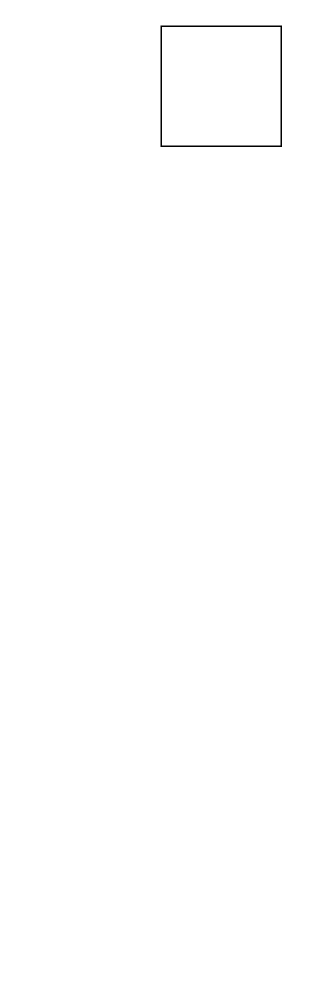
Above: backend.drawio in SAFAWI0/My-Center (draw.io), before the change. Source tidied: cells renumbered, new cells numbered last; positions are measured from the earlier drawing's top-left corner, leaving out a move shared by most shapes. Both pictures are drawn from the tidied source at 150%, with x=0, y=0 at pixel (160, 26).
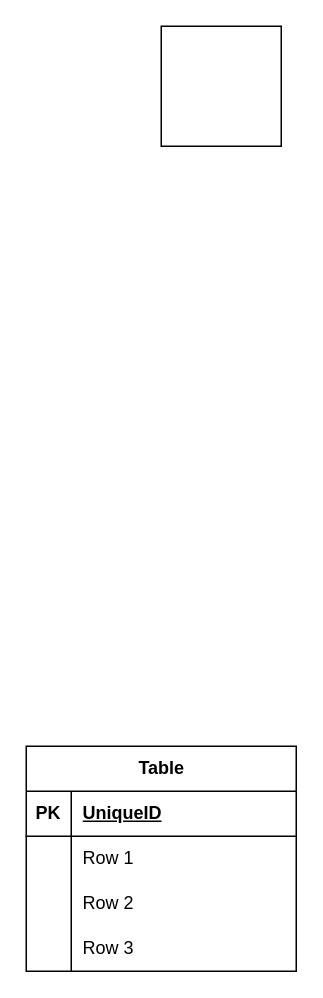
After the change.

What changed in the source:
```diff
@@
 <mxGraphModel>
   <root>
     <mxCell id="0" />
     <mxCell id="1" parent="0" />
+    <mxCell id="3" value="Table" style="shape=table;startSize=30;childLayout=tableLayout;rowLines=0;fontStyle=1;align=center;html=1;" parent="1" vertex="1">
+      <mxGeometry x="-90" y="480" width="180" height="150" as="geometry" />
+    </mxCell>
+    <mxCell id="4" style="shape=tableRow;horizontal=0;startSize=0;swimlaneHead=0;swimlaneBody=0;fillColor=none;top=0;left=0;right=0;bottom=1;" parent="3" vertex="1">
+      <mxGeometry y="30" width="180" height="30" as="geometry" />
+    </mxCell>
+    <mxCell id="5" value="PK" style="shape=partialRectangle;fillColor=none;top=0;left=0;bottom=0;right=0;fontStyle=1;overflow=hidden;whiteSpace=wrap;html=1;" parent="4" vertex="1">
+      <mxGeometry width="30" height="30" as="geometry" />
+    </mxCell>
+    <mxCell id="6" value="UniqueID" style="shape=partialRectangle;fillColor=none;top=0;left=0;bottom=0;right=0;align=left;spacingLeft=6;fontStyle=5;overflow=hidden;whiteSpace=wrap;html=1;" parent="4" vertex="1">
+      <mxGeometry x="30" width="150" height="30" as="geometry" />
+    </mxCell>
+    <mxCell id="7" style="shape=tableRow;horizontal=0;startSize=0;swimlaneHead=0;swimlaneBody=0;fillColor=none;top=0;left=0;right=0;bottom=0;" parent="3" vertex="1">
+      <mxGeometry y="60" width="180" height="30" as="geometry" />
+    </mxCell>
+    <mxCell id="8" style="shape=partialRectangle;fillColor=none;top=0;left=0;bottom=0;right=0;overflow=hidden;whiteSpace=wrap;html=1;" parent="7" vertex="1">
+      <mxGeometry width="30" height="30" as="geometry" />
+    </mxCell>
+    <mxCell id="9" value="Row 1" style="shape=partialRectangle;fillColor=none;top=0;left=0;bottom=0;right=0;align=left;spacingLeft=6;overflow=hidden;whiteSpace=wrap;html=1;" parent="7" vertex="1">
+      <mxGeometry x="30" width="150" height="30" as="geometry" />
+    </mxCell>
+    <mxCell id="10" style="shape=tableRow;horizontal=0;startSize=0;swimlaneHead=0;swimlaneBody=0;fillColor=none;top=0;left=0;right=0;bottom=0;" parent="3" vertex="1">
+      <mxGeometry y="90" width="180" height="30" as="geometry" />
+    </mxCell>
+    <mxCell id="11" style="shape=partialRectangle;fillColor=none;top=0;left=0;bottom=0;right=0;overflow=hidden;whiteSpace=wrap;html=1;" parent="10" vertex="1">
+      <mxGeometry width="30" height="30" as="geometry" />
+    </mxCell>
+    <mxCell id="12" value="Row 2" style="shape=partialRectangle;fillColor=none;top=0;left=0;bottom=0;right=0;align=left;spacingLeft=6;overflow=hidden;whiteSpace=wrap;html=1;" parent="10" vertex="1">
+      <mxGeometry x="30" width="150" height="30" as="geometry" />
+    </mxCell>
+    <mxCell id="13" style="shape=tableRow;horizontal=0;startSize=0;swimlaneHead=0;swimlaneBody=0;fillColor=none;top=0;left=0;right=0;bottom=0;" parent="3" vertex="1">
+      <mxGeometry y="120" width="180" height="30" as="geometry" />
+    </mxCell>
+    <mxCell id="14" style="shape=partialRectangle;fillColor=none;top=0;left=0;bottom=0;right=0;overflow=hidden;whiteSpace=wrap;html=1;" parent="13" vertex="1">
+      <mxGeometry width="30" height="30" as="geometry" />
+    </mxCell>
+    <mxCell id="15" value="Row 3" style="shape=partialRectangle;fillColor=none;top=0;left=0;bottom=0;right=0;align=left;spacingLeft=6;overflow=hidden;whiteSpace=wrap;html=1;" parent="13" vertex="1">
+      <mxGeometry x="30" width="150" height="30" as="geometry" />
+    </mxCell>
     <mxCell id="2" style="whiteSpace=wrap;html=1;" parent="1" vertex="1">
       <mxGeometry width="80" height="80" as="geometry" />
     </mxCell>
   </root>
 </mxGraphModel>
```
